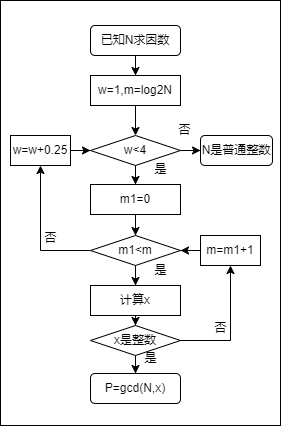
The draw.io diagram 未命名绘图.drawio.png in lynxswf/lynxswf, before a commit. Source tidied: cells renumbered, new cells last; positions are measured from the earlier drawing's top-left corner, leaving out a move shared by most shapes.
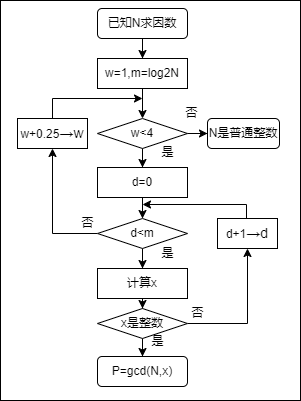
After the change.

Commit message:
更新未命名绘图.drawio.png

What changed in the source:
```diff
@@ -2,9 +2,9 @@
   <root>
     <mxCell id="0" />
     <mxCell id="1" parent="0" />
-    <mxCell id="2" style="whiteSpace=wrap;html=1;" parent="1" vertex="1">
-      <mxGeometry width="280" height="425" as="geometry" />
-    </mxCell>
+    <mxCell id="32" style="whiteSpace=wrap;html=1;" parent="1" vertex="1">
+      <mxGeometry x="-7" y="17" width="300" height="400" as="geometry" />
+    </mxCell>
     <mxCell id="3" style="edgeStyle=orthogonalEdgeStyle;rounded=0;jettySize=auto;html=1;" parent="1" edge="1" source="4" target="6">
       <mxGeometry relative="1" as="geometry" />
     </mxCell>
@@ -26,7 +26,7 @@
     <mxCell id="9" style="edgeStyle=orthogonalEdgeStyle;rounded=0;jettySize=auto;html=1;" parent="1" edge="1" source="10" target="13">
       <mxGeometry relative="1" as="geometry" />
     </mxCell>
-    <mxCell id="10" value="m1=0" style="rounded=0;whiteSpace=wrap;html=1;" parent="1" vertex="1">
+    <mxCell id="10" value="d=0" style="rounded=0;whiteSpace=wrap;html=1;" parent="1" vertex="1">
       <mxGeometry x="90" y="184" width="90" height="30" as="geometry" />
     </mxCell>
     <mxCell id="11" style="edgeStyle=orthogonalEdgeStyle;rounded=0;jettySize=auto;html=1;" parent="1" edge="1" source="13" target="15">
@@ -35,7 +35,7 @@
     <mxCell id="12" style="edgeStyle=orthogonalEdgeStyle;rounded=0;jettySize=auto;html=1;" parent="1" edge="1" source="13" target="21">
       <mxGeometry relative="1" as="geometry" />
     </mxCell>
-    <mxCell id="13" value="m1&amp;lt;m" style="rhombus;whiteSpace=wrap;html=1;" parent="1" vertex="1">
+    <mxCell id="13" value="d&amp;lt;m" style="rhombus;whiteSpace=wrap;html=1;" parent="1" vertex="1">
       <mxGeometry x="90" y="235" width="90" height="30" as="geometry" />
     </mxCell>
     <mxCell id="14" style="edgeStyle=orthogonalEdgeStyle;rounded=0;jettySize=auto;html=1;" parent="1" edge="1" source="15" target="18">
@@ -56,29 +56,23 @@
     <mxCell id="19" value="P=gcd(N,x)" style="rounded=1;whiteSpace=wrap;html=1;" parent="1" vertex="1">
       <mxGeometry x="90" y="373" width="90" height="30" as="geometry" />
     </mxCell>
-    <mxCell id="20" style="edgeStyle=orthogonalEdgeStyle;rounded=0;jettySize=auto;html=1;" parent="1" edge="1" source="21" target="31">
-      <mxGeometry relative="1" as="geometry" />
-    </mxCell>
-    <mxCell id="21" value="w=w+0.25" style="rounded=0;whiteSpace=wrap;html=1;" parent="1" vertex="1">
-      <mxGeometry x="10" y="135" width="60" height="30" as="geometry" />
+    <mxCell id="21" value="w+0.25&lt;span style=&quot;font-family: Arial; font-size: 10.5pt; background-color: initial;&quot;&gt;→w&lt;/span&gt;" style="rounded=0;whiteSpace=wrap;html=1;" parent="1" vertex="1">
+      <mxGeometry x="10" y="135" width="70" height="30" as="geometry" />
     </mxCell>
     <mxCell id="22" value="N是普通整数" style="rounded=1;whiteSpace=wrap;html=1;" parent="1" vertex="1">
       <mxGeometry x="200" y="135" width="72" height="30" as="geometry" />
     </mxCell>
-    <mxCell id="23" style="edgeStyle=orthogonalEdgeStyle;rounded=0;jettySize=auto;html=1;" parent="1" edge="1" source="24" target="13">
-      <mxGeometry relative="1" as="geometry" />
-    </mxCell>
-    <mxCell id="24" value="m=m1+1" style="rounded=0;whiteSpace=wrap;html=1;" parent="1" vertex="1">
-      <mxGeometry x="200" y="235" width="60" height="30" as="geometry" />
+    <mxCell id="24" value="d+1&lt;span style=&quot;font-family: Arial; font-size: 10.5pt; background-color: initial;&quot;&gt;→d&lt;/span&gt;" style="rounded=0;whiteSpace=wrap;html=1;" parent="1" vertex="1">
+      <mxGeometry x="210" y="235" width="60" height="30" as="geometry" />
     </mxCell>
     <mxCell id="25" value="否" style="text;html=1;align=center;verticalAlign=middle;strokeColor=none;fillColor=none;" parent="1" vertex="1">
-      <mxGeometry x="200" y="313" width="40" height="30" as="geometry" />
+      <mxGeometry x="170" y="315" width="40" height="30" as="geometry" />
     </mxCell>
     <mxCell id="26" value="是" style="text;html=1;align=center;verticalAlign=middle;strokeColor=none;fillColor=none;" parent="1" vertex="1">
       <mxGeometry x="130" y="343" width="40" height="30" as="geometry" />
     </mxCell>
     <mxCell id="27" value="否" style="text;html=1;align=center;verticalAlign=middle;strokeColor=none;fillColor=none;" parent="1" vertex="1">
-      <mxGeometry x="30" y="223" width="40" height="30" as="geometry" />
+      <mxGeometry x="60" y="225" width="40" height="30" as="geometry" />
     </mxCell>
     <mxCell id="28" value="是" style="text;html=1;align=center;verticalAlign=middle;strokeColor=none;fillColor=none;" parent="1" vertex="1">
       <mxGeometry x="140" y="154" width="40" height="30" as="geometry" />
@@ -92,5 +86,28 @@
     <mxCell id="31" value="w&amp;lt;4" style="rhombus;whiteSpace=wrap;html=1;" parent="1" vertex="1">
       <mxGeometry x="90" y="135" width="90" height="30" as="geometry" />
     </mxCell>
+    <mxCell id="33" style="endArrow=classic;html=1;rounded=0;" parent="1" edge="1">
+      <mxGeometry relative="1" as="geometry">
+        <mxPoint x="45" y="115" as="sourcePoint" />
+        <mxPoint x="135" y="115" as="targetPoint" />
+      </mxGeometry>
+    </mxCell>
+    <mxCell id="34" style="endArrow=none;html=1;rounded=0;exitX=0.5;exitY=0;exitDx=0;exitDy=0;" parent="1" edge="1" source="21">
+      <mxGeometry relative="1" as="geometry">
+        <mxPoint x="45" y="115" as="targetPoint" />
+      </mxGeometry>
+    </mxCell>
+    <mxCell id="35" style="endArrow=classic;html=1;rounded=0;" parent="1" edge="1">
+      <mxGeometry relative="1" as="geometry">
+        <mxPoint x="239" y="221" as="sourcePoint" />
+        <mxPoint x="135" y="221" as="targetPoint" />
+      </mxGeometry>
+    </mxCell>
+    <mxCell id="36" style="endArrow=none;html=1;rounded=0;" parent="1" edge="1">
+      <mxGeometry relative="1" as="geometry">
+        <mxPoint x="239" y="235" as="sourcePoint" />
+        <mxPoint x="239" y="221" as="targetPoint" />
+      </mxGeometry>
+    </mxCell>
   </root>
 </mxGraphModel>
```
